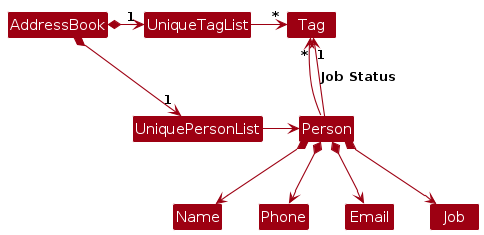
This is diagrams/BetterModelClassDiagram.png from AY2425S1-CS2103T-W09-1/tp, a PlantUML export, as it was before one commit. Its source is kept beside it as diagrams/BetterModelClassDiagram.puml.
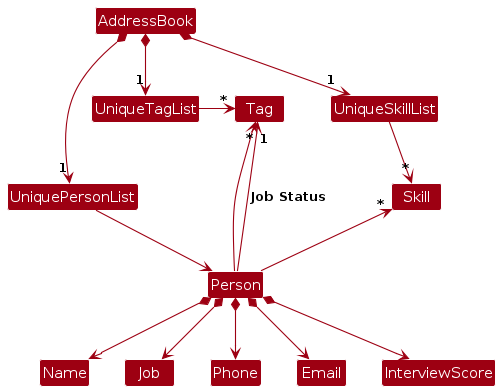
After the change.

Change to the diagram source:
```diff
@@ -6,17 +6,21 @@
 
 AddressBook *-right-> "1" UniquePersonList
 AddressBook *-right-> "1" UniqueTagList
+AddressBook *-down-> "1" UniqueSkillList
 UniqueTagList -[hidden]down- UniquePersonList
 UniqueTagList -[hidden]down- UniquePersonList
 
 UniqueTagList -right-> "*" Tag
 UniquePersonList -right-> Person
+UniqueSkillList -down-> "*" Skill
 
+Person --up-> "1" Tag : Job Status
 Person -up-> "*" Tag
-Person -up-> "1" Tag : Job Status
+Person -up-> "*" Skill
 
 Person *--> Name
+Person *--> Job
 Person *--> Phone
 Person *--> Email
-Person *--> Job
+Person *--> InterviewScore
 @enduml
```
